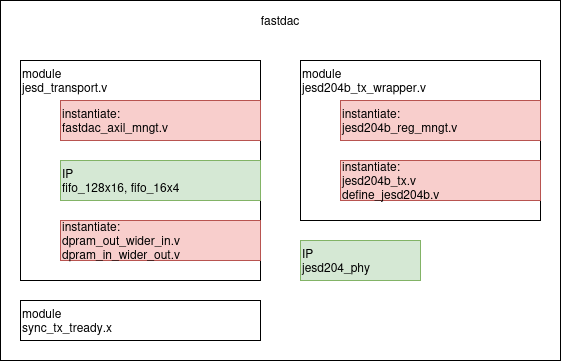
The draw.io diagram src/electronics/fpga/pics/fastdac_hier.png in Veriqloud/kiwi_doc, before a commit. Source tidied: cells renumbered, new cells last; positions are measured from the earlier drawing's top-left corner, leaving out a move shared by most shapes. Its diagram source:
```xml
<mxGraphModel background="#ffffff">
  <root>
    <mxCell id="0" />
    <mxCell id="1" parent="0" />
    <mxCell id="2" style="rounded=0;whiteSpace=wrap;html=1;" parent="1" vertex="1">
      <mxGeometry x="20" y="60" width="240" height="220" as="geometry" />
    </mxCell>
    <mxCell id="3" value="&lt;div&gt;module&lt;/div&gt;&lt;div&gt;jesd_transport.v&lt;br&gt;&lt;/div&gt;" style="text;html=1;align=left;verticalAlign=middle;whiteSpace=wrap;rounded=0;" parent="1" vertex="1">
      <mxGeometry x="20" y="60" width="240" height="40" as="geometry" />
    </mxCell>
    <mxCell id="4" style="rounded=0;whiteSpace=wrap;html=1;" parent="1" vertex="1">
      <mxGeometry x="300" y="60" width="240" height="160" as="geometry" />
    </mxCell>
    <mxCell id="5" value="&lt;div&gt;module&lt;/div&gt;&lt;div&gt;jesd204b_tx_wrapper.v&lt;br&gt;&lt;/div&gt;" style="text;html=1;align=left;verticalAlign=middle;whiteSpace=wrap;rounded=0;" parent="1" vertex="1">
      <mxGeometry x="300" y="60" width="240" height="40" as="geometry" />
    </mxCell>
    <mxCell id="6" value="&lt;div&gt;IP&lt;br&gt;&lt;/div&gt;&lt;div&gt;jesd204_phy&lt;br&gt;&lt;/div&gt;" style="text;html=1;align=left;verticalAlign=middle;whiteSpace=wrap;rounded=0;fillColor=#d5e8d4;strokeColor=#82b366;" parent="1" vertex="1">
      <mxGeometry x="300" y="240" width="120" height="40" as="geometry" />
    </mxCell>
    <mxCell id="7" value="&lt;div&gt;instantiate:&lt;/div&gt;&lt;div&gt;jesd204b_reg_mngt.v&lt;br&gt;&lt;/div&gt;" style="text;html=1;align=left;verticalAlign=middle;whiteSpace=wrap;rounded=0;fillColor=#f8cecc;strokeColor=#b85450;" parent="1" vertex="1">
      <mxGeometry x="340" y="100" width="200" height="40" as="geometry" />
    </mxCell>
    <mxCell id="8" value="&lt;div&gt;instantiate:&lt;/div&gt;&lt;div&gt;jesd204b_tx.v&lt;br&gt;&lt;/div&gt;&lt;div&gt;define_jesd204b.v&lt;/div&gt;" style="text;html=1;align=left;verticalAlign=middle;whiteSpace=wrap;rounded=0;fillColor=#f8cecc;strokeColor=#b85450;" parent="1" vertex="1">
      <mxGeometry x="340" y="160" width="200" height="40" as="geometry" />
    </mxCell>
    <mxCell id="9" style="edgeStyle=orthogonalEdgeStyle;rounded=0;orthogonalLoop=1;jettySize=auto;html=1;exitX=0.5;exitY=1;exitDx=0;exitDy=0;" parent="1" edge="1" source="4" target="4">
      <mxGeometry relative="1" as="geometry" />
    </mxCell>
    <mxCell id="10" value="&lt;div&gt;instantiate:&lt;/div&gt;&lt;div&gt;fastdac_axil_mngt.v&lt;br&gt;&lt;/div&gt;" style="text;html=1;align=left;verticalAlign=middle;whiteSpace=wrap;rounded=0;fillColor=#f8cecc;strokeColor=#b85450;" parent="1" vertex="1">
      <mxGeometry x="60" y="100" width="200" height="40" as="geometry" />
    </mxCell>
    <mxCell id="11" value="&lt;div&gt;IP&lt;br&gt;&lt;/div&gt;&lt;div&gt;fifo_128x16, fifo_16x4&lt;br&gt;&lt;/div&gt;" style="text;html=1;align=left;verticalAlign=middle;whiteSpace=wrap;rounded=0;fillColor=#d5e8d4;strokeColor=#82b366;" parent="1" vertex="1">
      <mxGeometry x="60" y="160" width="200" height="40" as="geometry" />
    </mxCell>
    <mxCell id="12" style="rounded=0;whiteSpace=wrap;html=1;fillColor=none;" parent="1" vertex="1">
      <mxGeometry width="560" height="360" as="geometry" />
    </mxCell>
    <mxCell id="13" value="&lt;div&gt;instantiate:&lt;/div&gt;&lt;div&gt;dpram_out_wider_in.v&lt;br&gt;&lt;/div&gt;&lt;div&gt;dpram_in_wider_out.v&lt;br&gt;&lt;/div&gt;" style="text;html=1;align=left;verticalAlign=middle;whiteSpace=wrap;rounded=0;fillColor=#f8cecc;strokeColor=#b85450;" parent="1" vertex="1">
      <mxGeometry x="60" y="220" width="200" height="40" as="geometry" />
    </mxCell>
    <mxCell id="14" value="fastdac" style="text;html=1;align=center;verticalAlign=middle;whiteSpace=wrap;rounded=0;" parent="1" vertex="1">
      <mxGeometry x="250" width="60" height="40" as="geometry" />
    </mxCell>
    <mxCell id="15" value="&lt;div align=&quot;left&quot;&gt;module&lt;/div&gt;&lt;div align=&quot;left&quot;&gt;sync_tx_tready.x&lt;/div&gt;" style="rounded=0;whiteSpace=wrap;html=1;align=left;" parent="1" vertex="1">
      <mxGeometry x="20" y="300" width="240" height="40" as="geometry" />
    </mxCell>
  </root>
</mxGraphModel>
```
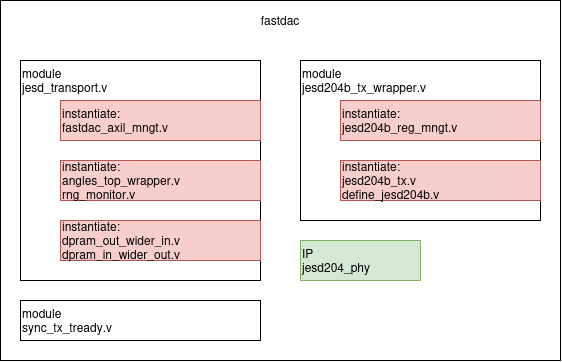
The same file after the commit.

Commit message:
sync doc with new trng flow, in progress

The edit, as a diff of the source:
```diff
@@ -2,6 +2,9 @@
   <root>
     <mxCell id="0" />
     <mxCell id="1" parent="0" />
+    <mxCell id="12" style="rounded=0;whiteSpace=wrap;html=1;fillColor=none;" parent="1" vertex="1">
+      <mxGeometry width="560" height="360" as="geometry" />
+    </mxCell>
     <mxCell id="2" style="rounded=0;whiteSpace=wrap;html=1;" parent="1" vertex="1">
       <mxGeometry x="20" y="60" width="240" height="220" as="geometry" />
     </mxCell>
@@ -29,20 +32,17 @@
     <mxCell id="10" value="&lt;div&gt;instantiate:&lt;/div&gt;&lt;div&gt;fastdac_axil_mngt.v&lt;br&gt;&lt;/div&gt;" style="text;html=1;align=left;verticalAlign=middle;whiteSpace=wrap;rounded=0;fillColor=#f8cecc;strokeColor=#b85450;" parent="1" vertex="1">
       <mxGeometry x="60" y="100" width="200" height="40" as="geometry" />
     </mxCell>
-    <mxCell id="11" value="&lt;div&gt;IP&lt;br&gt;&lt;/div&gt;&lt;div&gt;fifo_128x16, fifo_16x4&lt;br&gt;&lt;/div&gt;" style="text;html=1;align=left;verticalAlign=middle;whiteSpace=wrap;rounded=0;fillColor=#d5e8d4;strokeColor=#82b366;" parent="1" vertex="1">
-      <mxGeometry x="60" y="160" width="200" height="40" as="geometry" />
-    </mxCell>
-    <mxCell id="12" style="rounded=0;whiteSpace=wrap;html=1;fillColor=none;" parent="1" vertex="1">
-      <mxGeometry width="560" height="360" as="geometry" />
-    </mxCell>
     <mxCell id="13" value="&lt;div&gt;instantiate:&lt;/div&gt;&lt;div&gt;dpram_out_wider_in.v&lt;br&gt;&lt;/div&gt;&lt;div&gt;dpram_in_wider_out.v&lt;br&gt;&lt;/div&gt;" style="text;html=1;align=left;verticalAlign=middle;whiteSpace=wrap;rounded=0;fillColor=#f8cecc;strokeColor=#b85450;" parent="1" vertex="1">
       <mxGeometry x="60" y="220" width="200" height="40" as="geometry" />
     </mxCell>
     <mxCell id="14" value="fastdac" style="text;html=1;align=center;verticalAlign=middle;whiteSpace=wrap;rounded=0;" parent="1" vertex="1">
       <mxGeometry x="250" width="60" height="40" as="geometry" />
     </mxCell>
-    <mxCell id="15" value="&lt;div align=&quot;left&quot;&gt;module&lt;/div&gt;&lt;div align=&quot;left&quot;&gt;sync_tx_tready.x&lt;/div&gt;" style="rounded=0;whiteSpace=wrap;html=1;align=left;" parent="1" vertex="1">
+    <mxCell id="15" value="&lt;div align=&quot;left&quot;&gt;module&lt;/div&gt;&lt;div align=&quot;left&quot;&gt;sync_tx_tready.v&lt;/div&gt;" style="rounded=0;whiteSpace=wrap;html=1;align=left;" parent="1" vertex="1">
       <mxGeometry x="20" y="300" width="240" height="40" as="geometry" />
     </mxCell>
+    <mxCell id="16" value="&lt;div&gt;instantiate:&lt;/div&gt;&lt;div&gt;angles_top_wrapper.v&lt;/div&gt;&lt;div&gt;rng_monitor.v&lt;/div&gt;" style="text;html=1;align=left;verticalAlign=middle;whiteSpace=wrap;rounded=0;fillColor=#f8cecc;strokeColor=#b85450;" parent="1" vertex="1">
+      <mxGeometry x="60" y="160" width="200" height="40" as="geometry" />
+    </mxCell>
   </root>
 </mxGraphModel>
```
